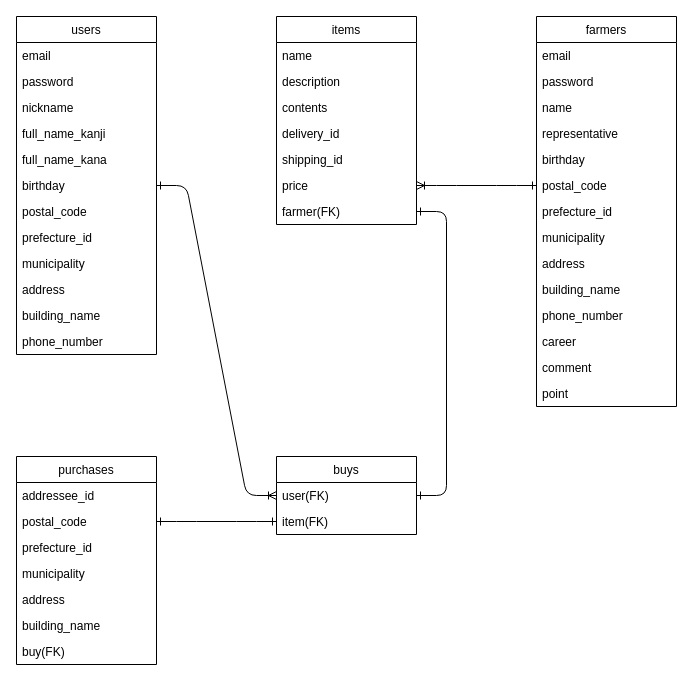
Before: vegetabel.dio in nina2728/vegetabel, a draw.io diagram. Source tidied: cells renumbered, new cells numbered last; positions are measured from the earlier drawing's top-left corner, leaving out a move shared by most shapes. Both pictures are drawn from the tidied source at 100%, with x=0, y=0 at pixel (16, 16).
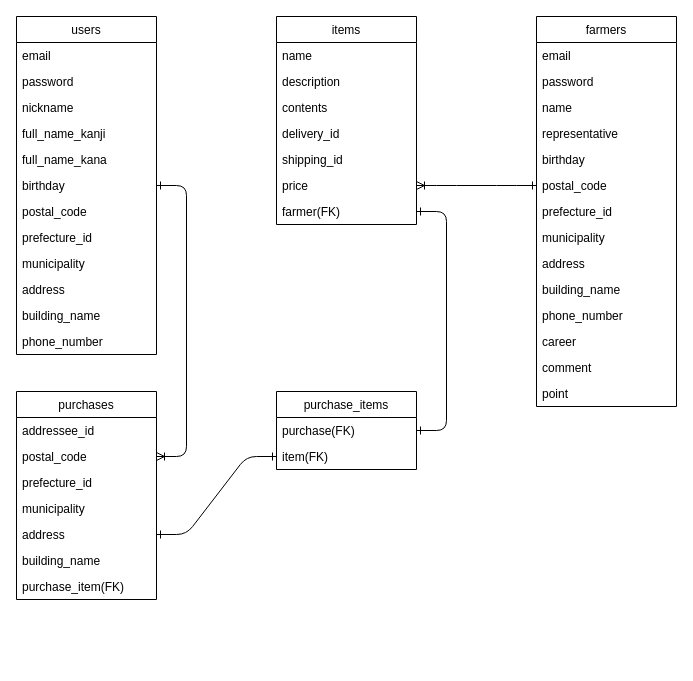
The same page after the edit.

The change refers to these unchanged cells:
```xml
<mxCell id="8" value="birthday" style="text;strokeColor=none;fillColor=none;align=left;verticalAlign=top;spacingLeft=4;spacingRight=4;overflow=hidden;points=[[0,0.5],[1,0.5]];portConstraint=eastwest;" parent="2" vertex="1">
  <mxGeometry y="156" width="140" height="26" as="geometry" />
</mxCell>
<mxCell id="32" value="item(FK)" style="text;strokeColor=none;fillColor=none;align=left;verticalAlign=top;spacingLeft=4;spacingRight=4;overflow=hidden;points=[[0,0.5],[1,0.5]];portConstraint=eastwest;" parent="30" vertex="1">
  <mxGeometry y="52" width="140" height="26" as="geometry" />
</mxCell>
<mxCell id="35" value="postal_code" style="text;strokeColor=none;fillColor=none;align=left;verticalAlign=top;spacingLeft=4;spacingRight=4;overflow=hidden;points=[[0,0.5],[1,0.5]];portConstraint=eastwest;" parent="33" vertex="1">
  <mxGeometry y="52" width="140" height="26" as="geometry" />
</mxCell>
<mxCell id="38" value="address" style="text;strokeColor=none;fillColor=none;align=left;verticalAlign=top;spacingLeft=4;spacingRight=4;overflow=hidden;points=[[0,0.5],[1,0.5]];portConstraint=eastwest;" parent="33" vertex="1">
  <mxGeometry y="130" width="140" height="26" as="geometry" />
</mxCell>
```

Change to the diagram source:
```diff
@@
-    <mxCell id="30" value="buys" style="swimlane;fontStyle=0;horizontal=1;startSize=26;" parent="1" vertex="1">
-      <mxGeometry x="260" y="440" width="140" height="78" as="geometry" />
+    <mxCell id="30" value="purchase_items" style="swimlane;fontStyle=0;horizontal=1;startSize=26;" parent="1" vertex="1">
+      <mxGeometry x="260" y="375" width="140" height="78" as="geometry" />
     </mxCell>
-    <mxCell id="31" value="user(FK)" style="text;strokeColor=none;fillColor=none;align=left;verticalAlign=top;spacingLeft=4;spacingRight=4;overflow=hidden;points=[[0,0.5],[1,0.5]];portConstraint=eastwest;" parent="30" vertex="1">
+    <mxCell id="31" value="purchase(FK)" style="text;strokeColor=none;fillColor=none;align=left;verticalAlign=top;spacingLeft=4;spacingRight=4;overflow=hidden;points=[[0,0.5],[1,0.5]];portConstraint=eastwest;" parent="30" vertex="1">
       <mxGeometry y="26" width="140" height="26" as="geometry" />
     </mxCell>
@@
     <mxCell id="33" value="purchases" style="swimlane;fontStyle=0;horizontal=1;startSize=26;" parent="1" vertex="1">
-      <mxGeometry y="440" width="140" height="208" as="geometry" />
+      <mxGeometry y="375" width="140" height="208" as="geometry" />
     </mxCell>
@@
-    <mxCell id="40" value="buy(FK)" style="text;strokeColor=none;fillColor=none;align=left;verticalAlign=top;spacingLeft=4;spacingRight=4;overflow=hidden;" parent="33" vertex="1">
+    <mxCell id="40" value="purchase_item(FK)" style="text;strokeColor=none;fillColor=none;align=left;verticalAlign=top;spacingLeft=4;spacingRight=4;overflow=hidden;" parent="33" vertex="1">
       <mxGeometry y="182" width="140" height="26" as="geometry" />
     </mxCell>
@@
-    <mxCell id="49" style="edgeStyle=entityRelationEdgeStyle;fontSize=12;html=1;endArrow=ERoneToMany;exitX=1;exitY=0.5;exitDx=0;exitDy=0;startArrow=ERone;startFill=0;entryX=0;entryY=0.5;entryDx=0;entryDy=0;" parent="1" edge="1" source="8" target="31">
+    <mxCell id="49" style="edgeStyle=entityRelationEdgeStyle;fontSize=12;html=1;endArrow=ERoneToMany;exitX=1;exitY=0.5;exitDx=0;exitDy=0;startArrow=ERone;startFill=0;entryX=1;entryY=0.5;entryDx=0;entryDy=0;" parent="1" edge="1" source="8" target="35">
       <mxGeometry relative="1" as="geometry" />
     </mxCell>
@@
-    <mxCell id="52" style="edgeStyle=entityRelationEdgeStyle;fontSize=12;html=1;endArrow=ERone;startArrow=ERone;exitX=1;exitY=0.5;exitDx=0;exitDy=0;entryX=0;entryY=0.5;entryDx=0;entryDy=0;startFill=0;endFill=0;" parent="1" edge="1" source="35" target="32">
+    <mxCell id="52" style="edgeStyle=entityRelationEdgeStyle;fontSize=12;html=1;endArrow=ERone;startArrow=ERone;exitX=1;exitY=0.5;exitDx=0;exitDy=0;entryX=0;entryY=0.5;entryDx=0;entryDy=0;startFill=0;endFill=0;" parent="1" edge="1" source="38" target="32">
       <mxGeometry relative="1" as="geometry" />
     </mxCell>
```
